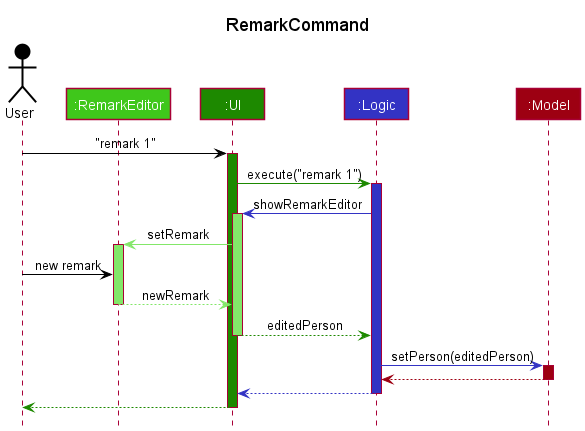
Earlier version of the PlantUML export docs/images/RemarkCommandSequenceDiagram.png (nus-cs2103-AY2122S1/tp). Its diagram source:
```plantuml
@startuml
!include style.puml

title RemarkCommand

Actor User as user USER_COLOR
Participant ":RemarkEditor" as editor UI_COLOR_T2
Participant ":UI" as ui UI_COLOR
Participant ":Logic" as logic LOGIC_COLOR
Participant ":Model" as model MODEL_COLOR


user -[USER_COLOR]> ui : "remark 1"
activate ui UI_COLOR

ui -[UI_COLOR]> logic : execute("remark 1")
activate logic LOGIC_COLOR

logic -[LOGIC_COLOR]> ui : showRemarkEditor
activate ui UI_COLOR_T1

ui -[UI_COLOR_T1]> editor : setRemark
activate editor UI_COLOR_T1

user -[USER_COLOR]>editor : new remark
editor -[UI_COLOR_T1]-> ui : newRemark
deactivate editor

ui -[UI_COLOR]-> logic : editedPerson
deactivate ui

logic -[LOGIC_COLOR]> model : setPerson(editedPerson)
activate model MODEL_COLOR
model -[MODEL_COLOR]-> logic
deactivate model

logic --[LOGIC_COLOR]> ui
deactivate logic

ui--[UI_COLOR]> user
deactivate ui
@enduml
```
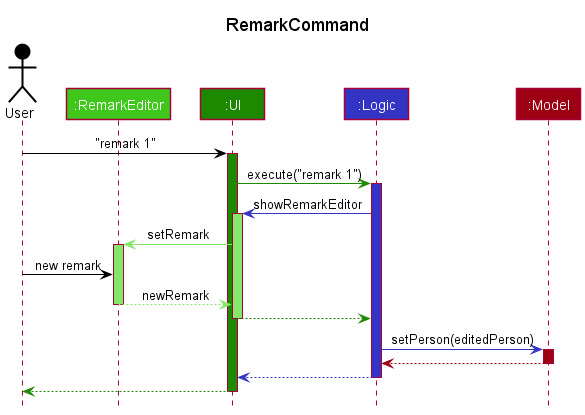
The same diagram one commit later.

What changed in the source:
```diff
@@ -26,7 +26,7 @@
 editor -[UI_COLOR_T1]-> ui : newRemark
 deactivate editor
 
-ui -[UI_COLOR]-> logic : editedPerson
+ui -[UI_COLOR]-> logic
 deactivate ui
 
 logic -[LOGIC_COLOR]> model : setPerson(editedPerson)
```
